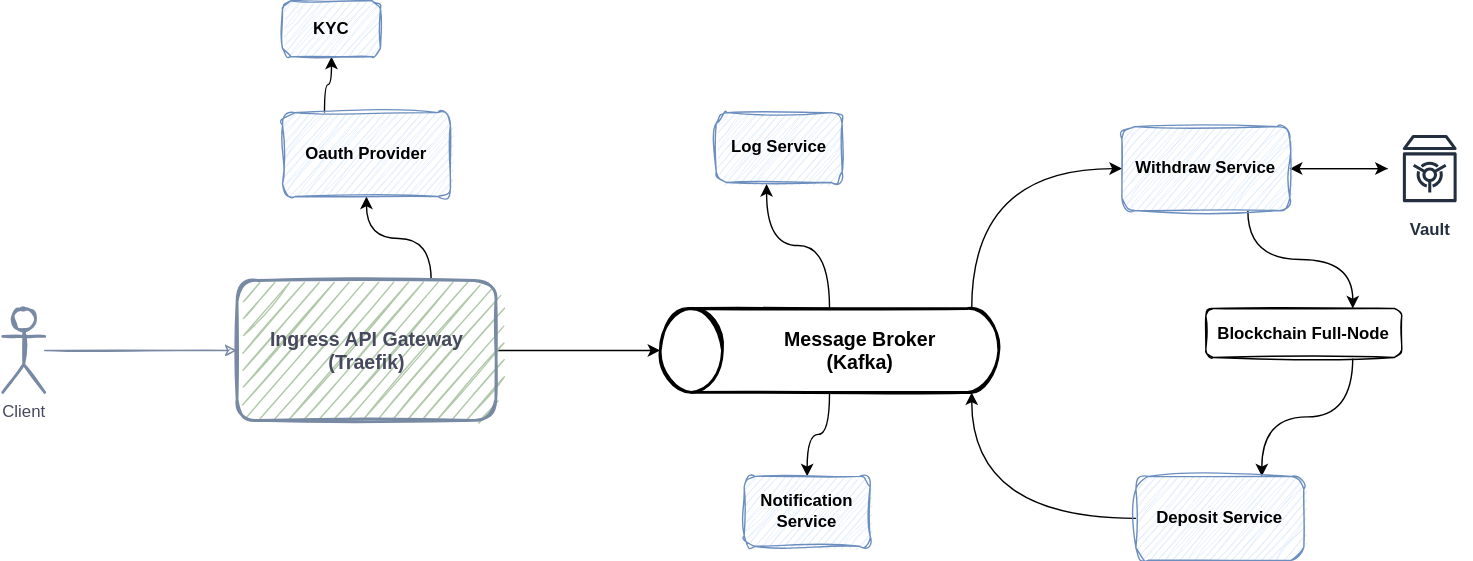
Before: microservices.drawio.svg, a diagram exported from draw.io (vahidzafari/microservice-design). Source tidied: cells renumbered, new cells last; positions are measured from the earlier drawing's top-left corner, leaving out a move shared by most shapes.
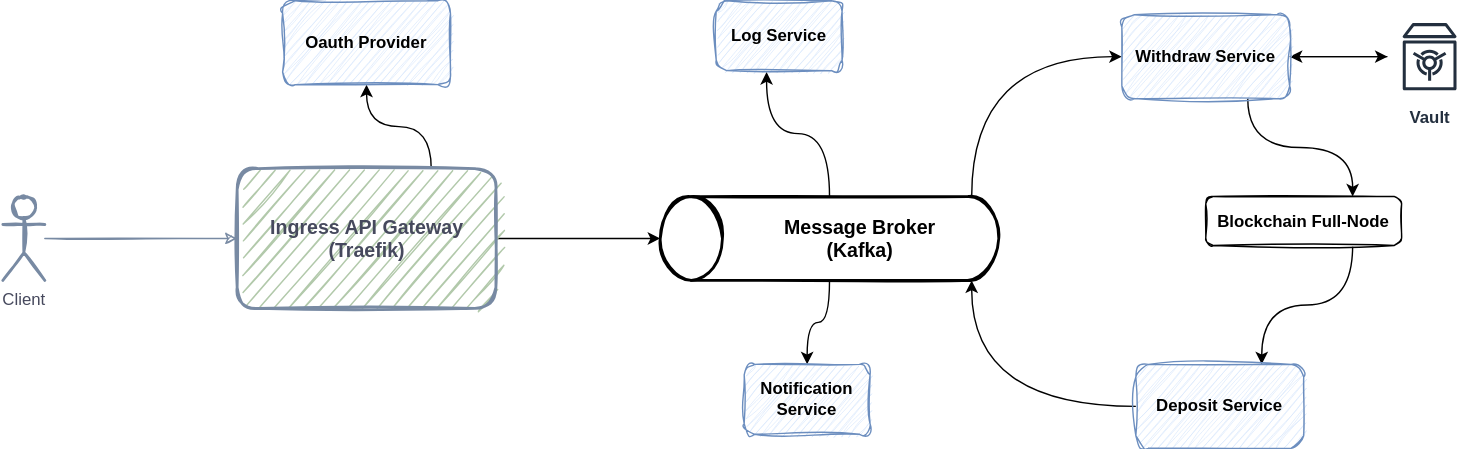
After the commit.

What changed in the source:
```diff
@@ -59,15 +59,9 @@
     <mxCell id="20" value="Deposit Service" style="rounded=1;whiteSpace=wrap;html=1;sketch=1;curveFitting=1;jiggle=2;fillColor=#dae8fc;strokeColor=#6c8ebf;fontStyle=1;" parent="1" vertex="1">
       <mxGeometry x="810" y="340" width="120" height="60" as="geometry" />
     </mxCell>
-    <mxCell id="21" style="edgeStyle=orthogonalEdgeStyle;curved=1;jettySize=auto;html=1;exitX=0.25;exitY=0;exitDx=0;exitDy=0;entryX=0.5;entryY=1;entryDx=0;entryDy=0;" parent="1" edge="1" source="22" target="23">
-      <mxGeometry relative="1" as="geometry" />
-    </mxCell>
     <mxCell id="22" value="Oauth Provider" style="rounded=1;whiteSpace=wrap;html=1;sketch=1;curveFitting=1;jiggle=2;fillColor=#dae8fc;strokeColor=#6c8ebf;fontStyle=1;" parent="1" vertex="1">
       <mxGeometry x="200" y="80" width="120" height="60" as="geometry" />
     </mxCell>
-    <mxCell id="23" value="KYC" style="rounded=1;whiteSpace=wrap;html=1;sketch=1;curveFitting=1;jiggle=2;fillColor=#dae8fc;strokeColor=#6c8ebf;fontStyle=1;" parent="1" vertex="1">
-      <mxGeometry x="200" width="70" height="40" as="geometry" />
-    </mxCell>
     <mxCell id="24" value="Log Service" style="rounded=1;whiteSpace=wrap;html=1;sketch=1;curveFitting=1;jiggle=2;fillColor=#dae8fc;strokeColor=#6c8ebf;fontStyle=1;" parent="1" vertex="1">
       <mxGeometry x="510" y="80" width="90" height="50" as="geometry" />
     </mxCell>
```
